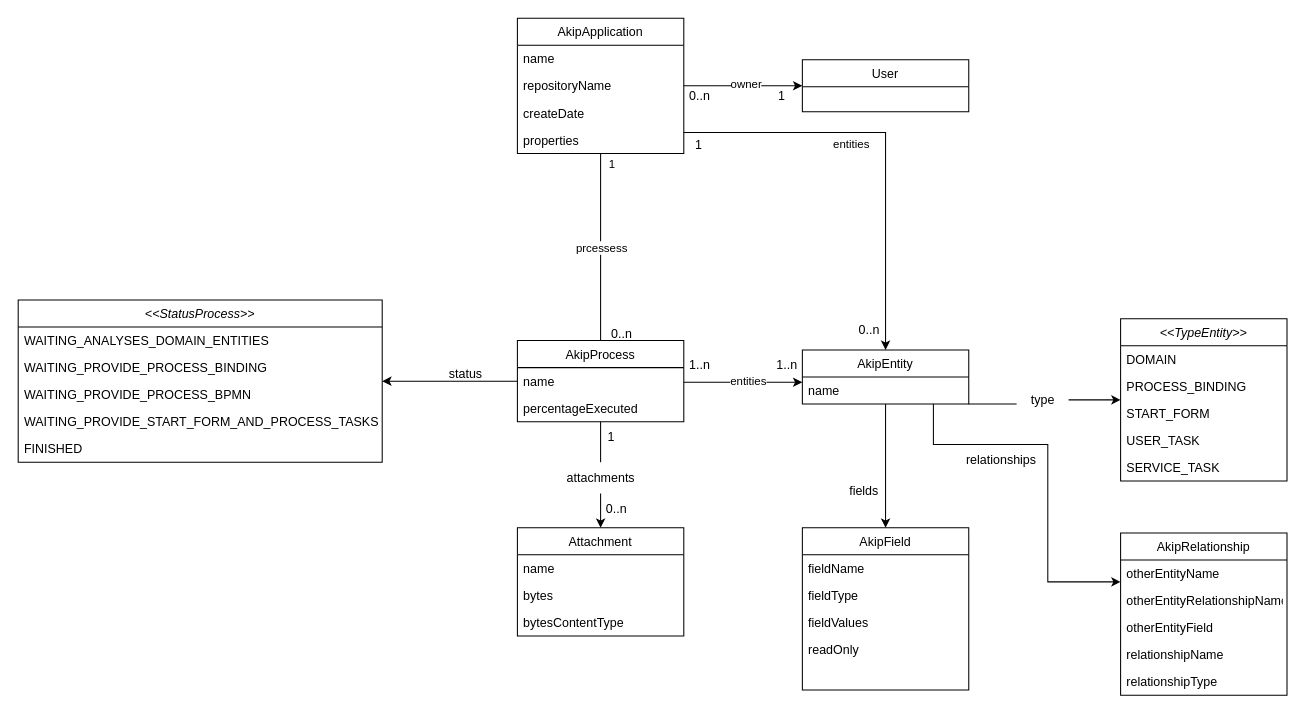
Taciomarques/akip-generation-web keeps this draw.io diagram as akip-generation-web-front-end.drawio. Above is the earlier version. Source tidied: cells renumbered, new cells numbered last; positions are measured from the earlier drawing's top-left corner, leaving out a move shared by most shapes. Both pictures are drawn from the tidied source at 104%, with x=0, y=0 at pixel (18, 18).
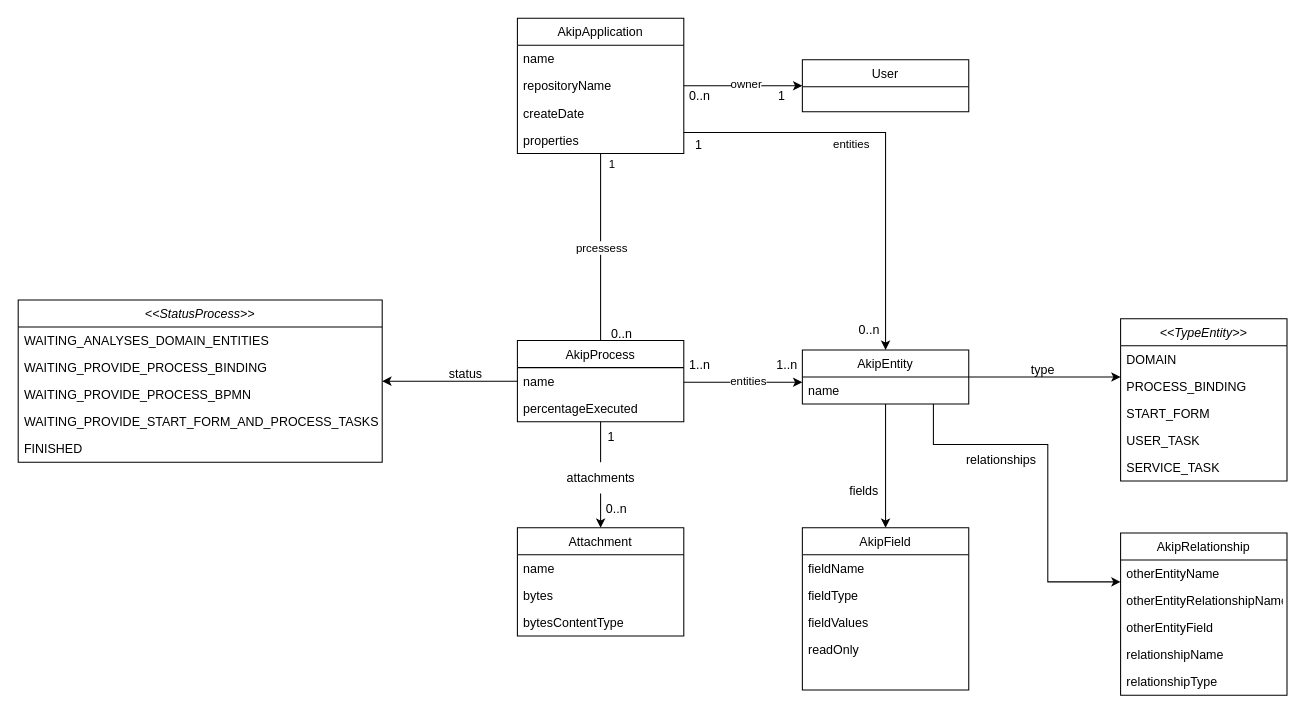
Above is the later version.

Unchanged cells that the change refers to:
```xml
<mxCell id="23" value="AkipEntity" style="swimlane;fontStyle=0;align=center;verticalAlign=top;horizontal=1;startSize=26;rounded=0;shadow=0;strokeWidth=1;" parent="1" vertex="1">
  <mxGeometry x="754" y="319" width="160" height="52" as="geometry" />
</mxCell>
<mxCell id="25" value="&lt;&lt;TypeEntity&gt;&gt;" style="swimlane;fontStyle=2;align=center;verticalAlign=top;horizontal=1;startSize=26;rounded=0;shadow=0;strokeWidth=1;" parent="1" vertex="1">
  <mxGeometry x="1060" y="289" width="160" height="156" as="geometry" />
</mxCell>
```

What changed in the source:
```diff
@@
-    <mxCell id="21" style="edgeStyle=orthogonalEdgeStyle;rounded=0;jettySize=auto;html=1;startArrow=none;" parent="1" edge="1" source="31" target="25">
+    <mxCell id="21" style="edgeStyle=orthogonalEdgeStyle;rounded=0;jettySize=auto;html=1;startArrow=none;" parent="1" edge="1" source="23" target="25">
       <mxGeometry relative="1" as="geometry">
         <Array as="points">
-          <mxPoint x="1020" y="367" />
-          <mxPoint x="1020" y="367" />
+          <mxPoint x="1020" y="345" />
+          <mxPoint x="1020" y="345" />
         </Array>
       </mxGeometry>
     </mxCell>
@@
     <mxCell id="31" value="type" style="text;html=1;align=center;verticalAlign=middle;points=[];strokeColor=none;fillColor=none;" parent="1" vertex="1">
-      <mxGeometry x="960" y="352" width="50" height="30" as="geometry" />
+      <mxGeometry x="960" y="324" width="50" height="30" as="geometry" />
     </mxCell>
-    <mxCell id="32" style="edgeStyle=orthogonalEdgeStyle;rounded=0;jettySize=auto;html=1;endArrow=none;" parent="1" edge="1" source="23" target="31">
-      <mxGeometry relative="1" as="geometry">
-        <Array as="points">
-          <mxPoint x="950" y="371" />
-          <mxPoint x="950" y="371" />
-        </Array>
-      </mxGeometry>
-    </mxCell>
```
